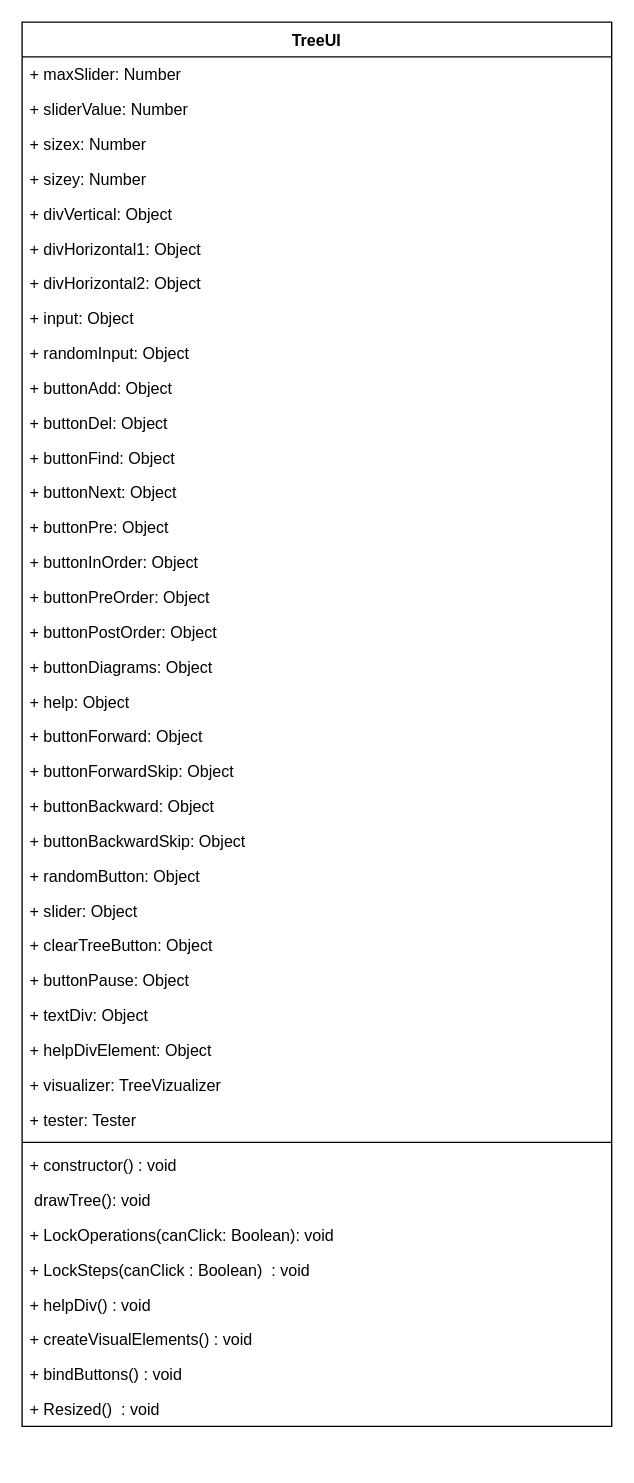
Above: page "TreeUI" (1 of 10) of classes.drawio in Gaber97/RBTree (draw.io), before the change. Source tidied: cells renumbered, new cells numbered last; positions are measured from the earlier drawing's top-left corner, leaving out a move shared by most shapes. Both pictures are drawn from the tidied source at 134%, with x=0, y=0 at pixel (21, 21).
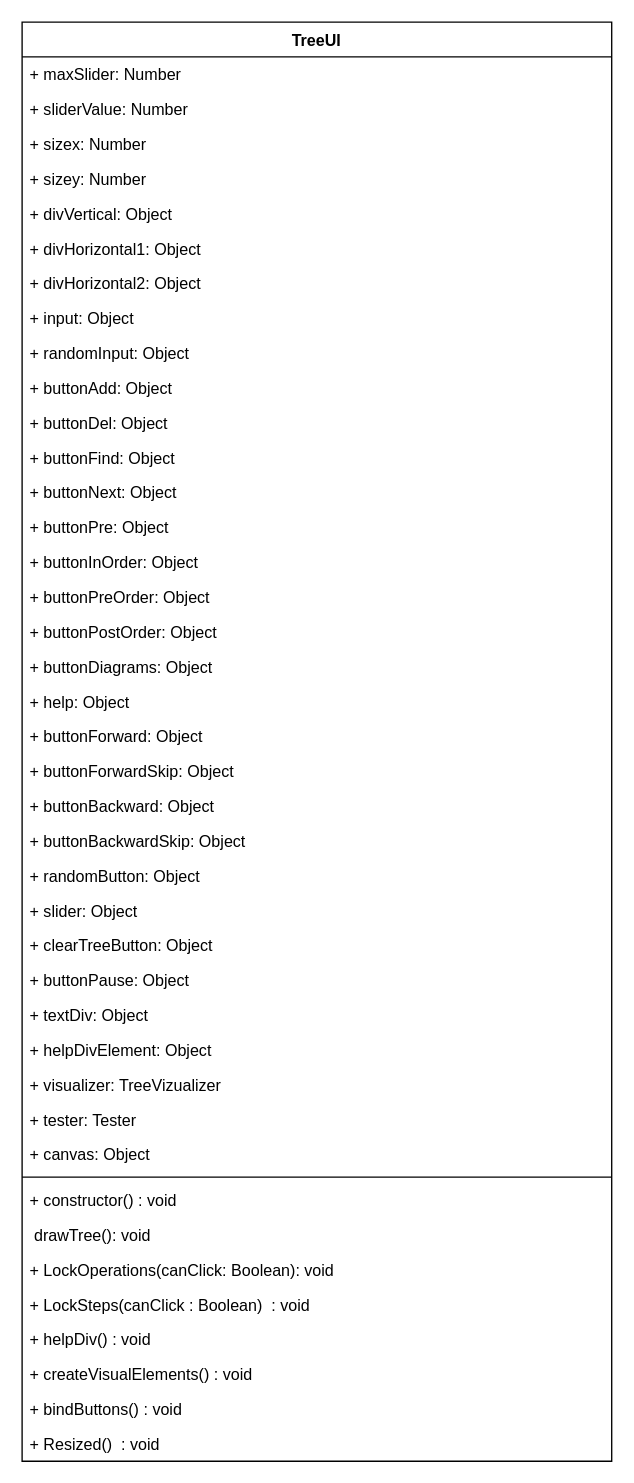
Above is the later version.

Change to the diagram source:
```diff
@@
     <mxCell id="2" value="TreeUI" style="swimlane;fontStyle=1;align=center;verticalAlign=top;horizontal=1;startSize=26;" parent="1" vertex="1">
-      <mxGeometry width="440" height="1048" as="geometry" />
+      <mxGeometry width="440" height="1074" as="geometry" />
     </mxCell>
@@
+    <mxCell id="43" value="+ canvas: Object" style="text;strokeColor=none;fillColor=none;align=left;verticalAlign=top;spacingLeft=4;spacingRight=4;overflow=hidden;" parent="2" vertex="1">
+      <mxGeometry y="832" width="440" height="26" as="geometry" />
+    </mxCell>
     <mxCell id="34" style="line;strokeWidth=1;fillColor=none;align=left;verticalAlign=middle;spacingTop=-1;spacingLeft=3;spacingRight=3;labelPosition=right;" parent="2" vertex="1">
-      <mxGeometry y="832" width="440" height="8" as="geometry" />
+      <mxGeometry y="858" width="440" height="8" as="geometry" />
     </mxCell>
     <mxCell id="35" value="+ constructor() : void" style="text;strokeColor=none;fillColor=none;align=left;verticalAlign=top;spacingLeft=4;spacingRight=4;overflow=hidden;" parent="2" vertex="1">
-      <mxGeometry y="840" width="440" height="26" as="geometry" />
+      <mxGeometry y="866" width="440" height="26" as="geometry" />
     </mxCell>
     <mxCell id="36" value=" drawTree(): void" style="text;strokeColor=none;fillColor=none;align=left;verticalAlign=top;spacingLeft=4;spacingRight=4;overflow=hidden;" parent="2" vertex="1">
-      <mxGeometry y="866" width="440" height="26" as="geometry" />
+      <mxGeometry y="892" width="440" height="26" as="geometry" />
     </mxCell>
     <mxCell id="37" value="+ LockOperations(canClick: Boolean): void" style="text;strokeColor=none;fillColor=none;align=left;verticalAlign=top;spacingLeft=4;spacingRight=4;overflow=hidden;" parent="2" vertex="1">
-      <mxGeometry y="892" width="440" height="26" as="geometry" />
+      <mxGeometry y="918" width="440" height="26" as="geometry" />
     </mxCell>
     <mxCell id="38" value="+ LockSteps(canClick : Boolean)  : void" style="text;strokeColor=none;fillColor=none;align=left;verticalAlign=top;spacingLeft=4;spacingRight=4;overflow=hidden;" parent="2" vertex="1">
-      <mxGeometry y="918" width="440" height="26" as="geometry" />
+      <mxGeometry y="944" width="440" height="26" as="geometry" />
     </mxCell>
     <mxCell id="39" value="+ helpDiv() : void" style="text;strokeColor=none;fillColor=none;align=left;verticalAlign=top;spacingLeft=4;spacingRight=4;overflow=hidden;" parent="2" vertex="1">
-      <mxGeometry y="944" width="440" height="26" as="geometry" />
+      <mxGeometry y="970" width="440" height="26" as="geometry" />
     </mxCell>
     <mxCell id="40" value="+ createVisualElements() : void" style="text;strokeColor=none;fillColor=none;align=left;verticalAlign=top;spacingLeft=4;spacingRight=4;overflow=hidden;" parent="2" vertex="1">
-      <mxGeometry y="970" width="440" height="26" as="geometry" />
+      <mxGeometry y="996" width="440" height="26" as="geometry" />
     </mxCell>
     <mxCell id="41" value="+ bindButtons() : void" style="text;strokeColor=none;fillColor=none;align=left;verticalAlign=top;spacingLeft=4;spacingRight=4;overflow=hidden;" parent="2" vertex="1">
-      <mxGeometry y="996" width="440" height="26" as="geometry" />
+      <mxGeometry y="1022" width="440" height="26" as="geometry" />
     </mxCell>
     <mxCell id="42" value="+ Resized()  : void" style="text;strokeColor=none;fillColor=none;align=left;verticalAlign=top;spacingLeft=4;spacingRight=4;overflow=hidden;" parent="2" vertex="1">
-      <mxGeometry y="1022" width="440" height="26" as="geometry" />
+      <mxGeometry y="1048" width="440" height="26" as="geometry" />
     </mxCell>
```
